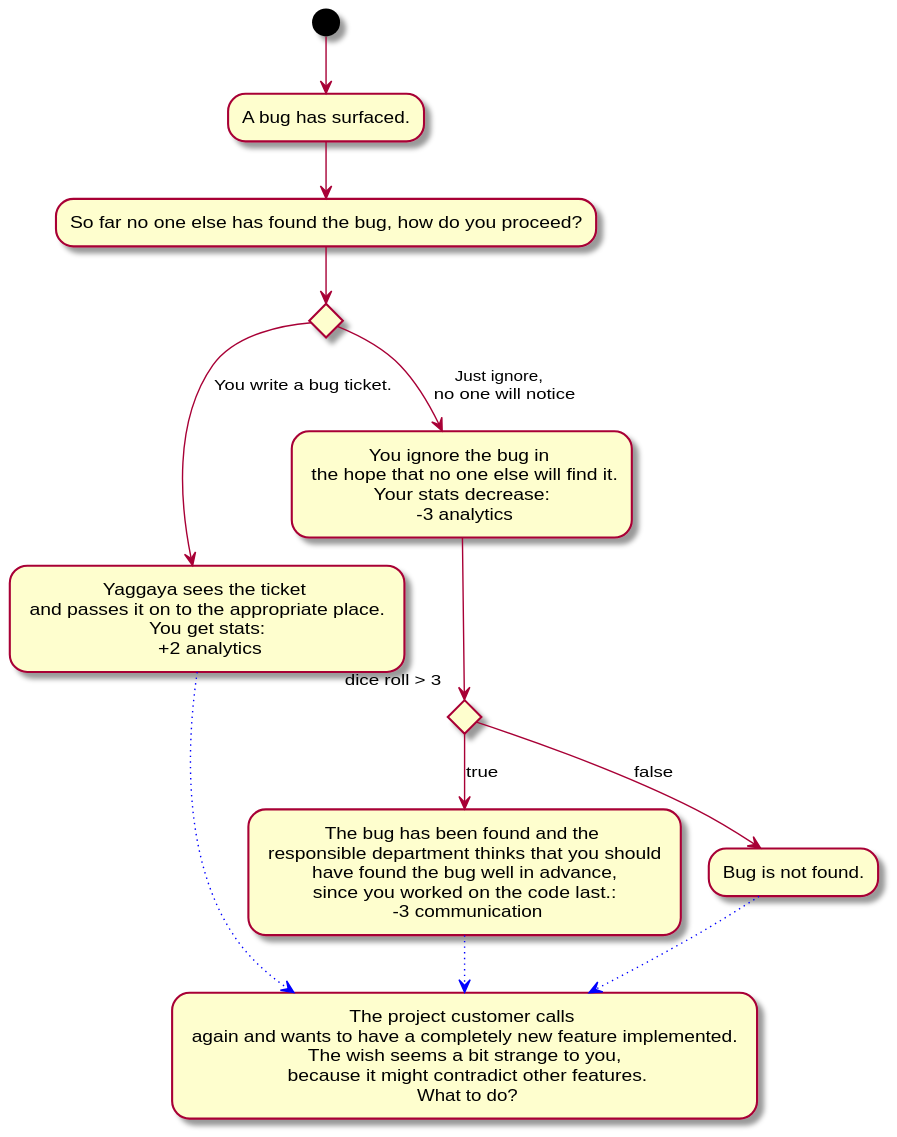
Earlier version of the PlantUML export Docs/Technical Specifications/docs/diagrams/StoryFlow/StoryFlow_Decision_11.svg (Brotenko/QualityQuest). Its diagram source:
```plantuml
@startuml
(*) --> "A bug has surfaced."
--> "So far no one else has found the bug, how do you proceed?"
if " " then
--> [You write a bug ticket.] "Yaggaya sees the ticket \n and passes it on to the appropriate place. \n You get stats: \n +2 analytics" as y
else
--> [Just ignore, \n no one will notice] "You ignore the bug in \n the hope that no one else will find it.\n Your stats decrease: \n -3 analytics" as x
endif
if "dice roll > 3" then
--> [true] "The bug has been found and the \n responsible department thinks that you should \n have found the bug well in advance, \n since you worked on the code last.: \n -3 communication" as p

else
--> [false] "Bug is not found."
-[#blue,dotted]-> "The project customer calls \n again and wants to have a completely new feature implemented. \n The wish seems a bit strange to you, \n because it might contradict other features.\n What to do?" as f
endif
p -[#blue,dotted]-> f
y -[#blue,dotted]-> f
@enduml
```
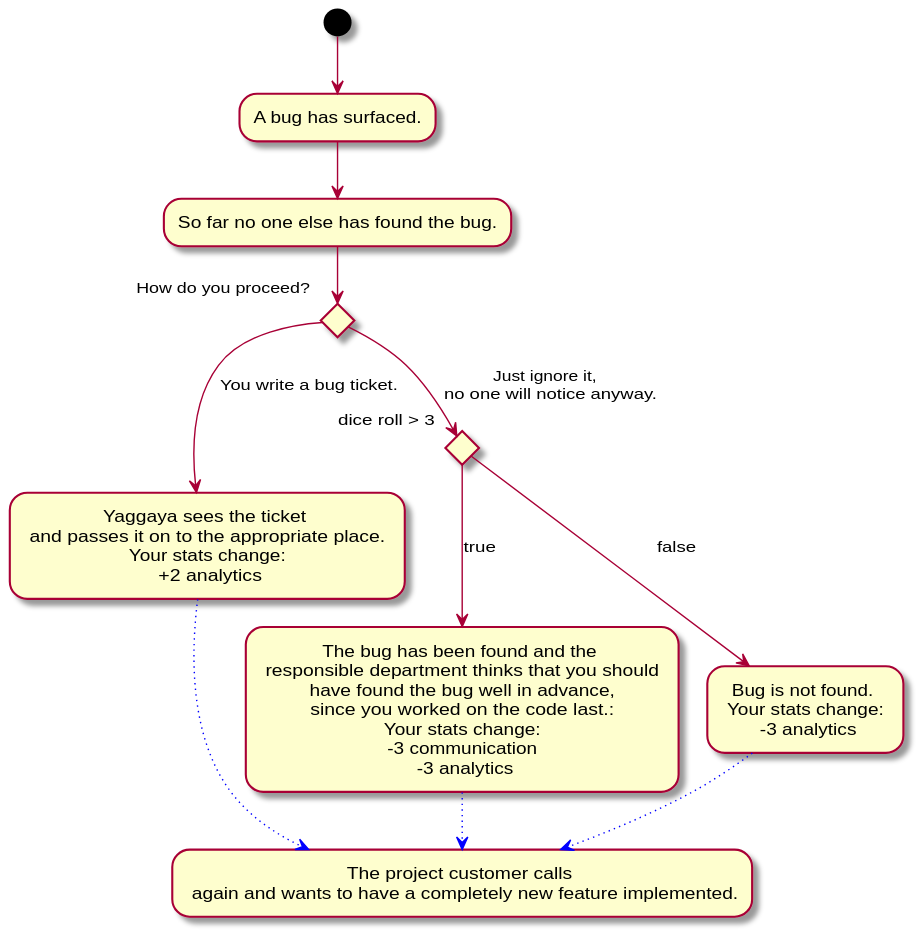
The same diagram one commit later.

Change to the diagram source:
```diff
@@ -1,17 +1,15 @@
 @startuml
 (*) --> "A bug has surfaced."
---> "So far no one else has found the bug, how do you proceed?"
-if " " then
---> [You write a bug ticket.] "Yaggaya sees the ticket \n and passes it on to the appropriate place. \n You get stats: \n +2 analytics" as y
+--> "So far no one else has found the bug."
+if "How do you proceed?" then
+--> [You write a bug ticket.] "Yaggaya sees the ticket \n and passes it on to the appropriate place. \n Your stats change: \n +2 analytics" as y
 else
---> [Just ignore, \n no one will notice] "You ignore the bug in \n the hope that no one else will find it.\n Your stats decrease: \n -3 analytics" as x
-endif
-if "dice roll > 3" then
---> [true] "The bug has been found and the \n responsible department thinks that you should \n have found the bug well in advance, \n since you worked on the code last.: \n -3 communication" as p
+--> [Just ignore it, \n no one will notice anyway.] if "dice roll > 3" then
+--> [true] "The bug has been found and the \n responsible department thinks that you should \n have found the bug well in advance, \n since you worked on the code last.: \n Your stats change: \n -3 communication \n -3 analytics" as p
 
 else
---> [false] "Bug is not found."
--[#blue,dotted]-> "The project customer calls \n again and wants to have a completely new feature implemented. \n The wish seems a bit strange to you, \n because it might contradict other features.\n What to do?" as f
+--> [false] "Bug is not found. \n Your stats change: \n -3 analytics"
+-[#blue,dotted]-> "The project customer calls \n again and wants to have a completely new feature implemented." as f
 endif
 p -[#blue,dotted]-> f
 y -[#blue,dotted]-> f
```
